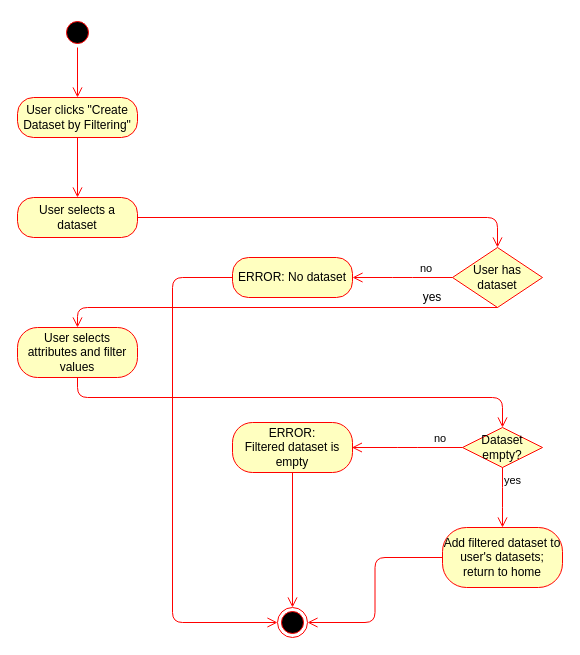
Earlier version of the draw.io diagram usecase/filterdata/filterData.drawio (soshalyze/socialyze_doc). Source tidied: cells renumbered, new cells numbered last; positions are measured from the earlier drawing's top-left corner, leaving out a move shared by most shapes. Both pictures are drawn from the tidied source at 100%, with x=0, y=0 at pixel (17, 17).
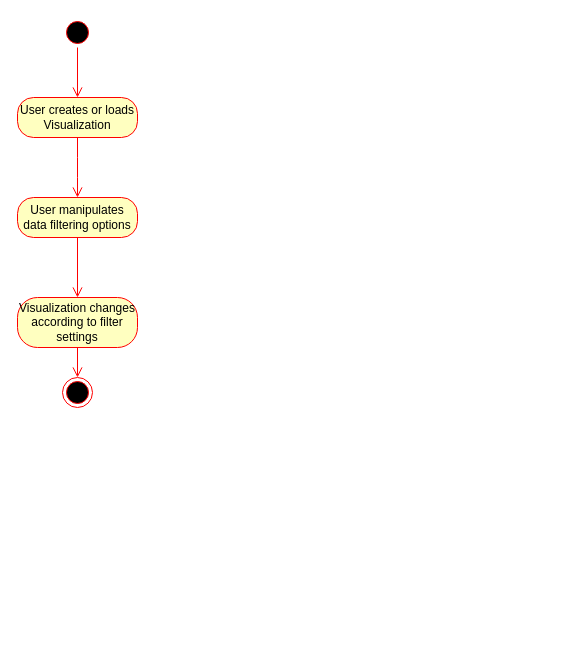
After the change.

Diff of the diagram source:
```diff
@@
-    <mxCell id="4" value="User clicks &quot;Create Dataset by Filtering&quot;" style="rounded=1;whiteSpace=wrap;html=1;arcSize=40;fontColor=#000000;fillColor=#ffffc0;strokeColor=#ff0000;" parent="1" vertex="1">
+    <mxCell id="4" value="User creates or loads Visualization" style="rounded=1;whiteSpace=wrap;html=1;arcSize=40;fontColor=#000000;fillColor=#ffffc0;strokeColor=#ff0000;" parent="1" vertex="1">
       <mxGeometry y="80" width="120" height="40" as="geometry" />
     </mxCell>
-    <mxCell id="5" style="edgeStyle=orthogonalEdgeStyle;html=1;verticalAlign=bottom;endArrow=open;endSize=8;strokeColor=#ff0000;entryX=0.5;entryY=0;entryDx=0;entryDy=0;" parent="1" edge="1" source="4" target="6">
-      <mxGeometry relative="1" as="geometry" />
-    </mxCell>
-    <mxCell id="6" value="User selects a dataset" style="rounded=1;whiteSpace=wrap;html=1;arcSize=40;fontColor=#000000;fillColor=#ffffc0;strokeColor=#ff0000;" parent="1" vertex="1">
-      <mxGeometry y="180" width="120" height="40" as="geometry" />
-    </mxCell>
-    <mxCell id="7" style="edgeStyle=orthogonalEdgeStyle;html=1;verticalAlign=bottom;endArrow=open;endSize=8;strokeColor=#ff0000;entryX=0.5;entryY=0;entryDx=0;entryDy=0;" parent="1" edge="1" source="6" target="8">
-      <mxGeometry relative="1" as="geometry" />
-    </mxCell>
-    <mxCell id="8" value="User has dataset" style="rhombus;whiteSpace=wrap;html=1;fillColor=#ffffc0;strokeColor=#ff0000;" parent="1" vertex="1">
-      <mxGeometry x="435" y="230" width="90" height="60" as="geometry" />
-    </mxCell>
-    <mxCell id="9" value="no" style="edgeStyle=orthogonalEdgeStyle;html=1;align=left;verticalAlign=bottom;endArrow=open;endSize=8;strokeColor=#ff0000;exitX=0;exitY=0.5;exitDx=0;exitDy=0;" parent="1" edge="1" source="8">
-      <mxGeometry x="-0.33" relative="1" as="geometry">
-        <mxPoint x="335" y="260" as="targetPoint" />
-        <Array as="points">
-          <mxPoint x="385" y="260" />
-          <mxPoint x="385" y="260" />
-        </Array>
-      </mxGeometry>
-    </mxCell>
-    <mxCell id="10" style="edgeStyle=orthogonalEdgeStyle;html=1;verticalAlign=bottom;endArrow=open;endSize=8;strokeColor=#ff0000;exitX=0.5;exitY=1;exitDx=0;exitDy=0;entryX=0.5;entryY=0;entryDx=0;entryDy=0;" parent="1" edge="1" source="8" target="11">
-      <mxGeometry relative="1" as="geometry">
-        <Array as="points">
-          <mxPoint x="60" y="290" />
-        </Array>
-      </mxGeometry>
-    </mxCell>
-    <mxCell id="11" value="User selects attributes and filter values" style="rounded=1;whiteSpace=wrap;html=1;arcSize=40;fontColor=#000000;fillColor=#ffffc0;strokeColor=#ff0000;" parent="1" vertex="1">
-      <mxGeometry y="310" width="120" height="50" as="geometry" />
-    </mxCell>
-    <mxCell id="12" style="edgeStyle=orthogonalEdgeStyle;html=1;verticalAlign=bottom;endArrow=open;endSize=8;strokeColor=#ff0000;entryX=0.5;entryY=0;entryDx=0;entryDy=0;" parent="1" edge="1" source="11" target="16">
-      <mxGeometry relative="1" as="geometry">
-        <Array as="points">
-          <mxPoint x="60" y="380" />
-          <mxPoint x="485" y="380" />
-        </Array>
-      </mxGeometry>
-    </mxCell>
-    <mxCell id="13" value="yes" style="text;html=1;strokeColor=none;fillColor=none;align=center;verticalAlign=middle;whiteSpace=wrap;rounded=0;" parent="1" vertex="1">
-      <mxGeometry x="395" y="270" width="40" height="20" as="geometry" />
-    </mxCell>
-    <mxCell id="14" value="ERROR: No dataset" style="rounded=1;whiteSpace=wrap;html=1;arcSize=40;fontColor=#000000;fillColor=#ffffc0;strokeColor=#ff0000;" parent="1" vertex="1">
-      <mxGeometry x="215" y="240" width="120" height="40" as="geometry" />
-    </mxCell>
-    <mxCell id="15" style="edgeStyle=orthogonalEdgeStyle;html=1;verticalAlign=bottom;endArrow=open;endSize=8;strokeColor=#ff0000;entryX=0;entryY=0.5;entryDx=0;entryDy=0;" parent="1" edge="1" source="14" target="21">
-      <mxGeometry relative="1" as="geometry">
-        <Array as="points">
-          <mxPoint x="155" y="260" />
-          <mxPoint x="155" y="605" />
-        </Array>
-      </mxGeometry>
-    </mxCell>
-    <mxCell id="16" value="Dataset empty?" style="rhombus;whiteSpace=wrap;html=1;fillColor=#ffffc0;strokeColor=#ff0000;" parent="1" vertex="1">
-      <mxGeometry x="445" y="410" width="80" height="40" as="geometry" />
-    </mxCell>
-    <mxCell id="17" value="no" style="edgeStyle=orthogonalEdgeStyle;html=1;align=left;verticalAlign=bottom;endArrow=open;endSize=8;strokeColor=#ff0000;" parent="1" edge="1" source="16">
-      <mxGeometry x="-0.46" relative="1" as="geometry">
-        <mxPoint x="334.4" y="430" as="targetPoint" />
-      </mxGeometry>
-    </mxCell>
-    <mxCell id="18" value="yes" style="edgeStyle=orthogonalEdgeStyle;html=1;align=left;verticalAlign=top;endArrow=open;endSize=8;strokeColor=#ff0000;" parent="1" edge="1" source="16">
-      <mxGeometry x="-1" relative="1" as="geometry">
-        <mxPoint x="485" y="510" as="targetPoint" />
-      </mxGeometry>
-    </mxCell>
-    <mxCell id="19" value="Add filtered dataset to user's datasets; return to home" style="rounded=1;whiteSpace=wrap;html=1;arcSize=40;fontColor=#000000;fillColor=#ffffc0;strokeColor=#ff0000;" parent="1" vertex="1">
-      <mxGeometry x="425" y="510" width="120" height="60" as="geometry" />
-    </mxCell>
-    <mxCell id="20" style="edgeStyle=orthogonalEdgeStyle;html=1;verticalAlign=bottom;endArrow=open;endSize=8;strokeColor=#ff0000;entryX=1;entryY=0.5;entryDx=0;entryDy=0;" parent="1" edge="1" source="19" target="21">
-      <mxGeometry relative="1" as="geometry" />
-    </mxCell>
     <mxCell id="21" style="ellipse;html=1;shape=endState;fillColor=#000000;strokeColor=#ff0000;" parent="1" vertex="1">
-      <mxGeometry x="260" y="590" width="30" height="30" as="geometry" />
+      <mxGeometry x="45" y="360" width="30" height="30" as="geometry" />
     </mxCell>
-    <mxCell id="22" style="edgeStyle=orthogonalEdgeStyle;html=1;verticalAlign=bottom;endArrow=open;endSize=8;strokeColor=#ff0000;entryX=0.5;entryY=0;entryDx=0;entryDy=0;exitX=0.5;exitY=1;exitDx=0;exitDy=0;" parent="1" edge="1" source="23" target="21">
-      <mxGeometry relative="1" as="geometry">
-        <Array as="points">
-          <mxPoint x="275" y="430" />
-          <mxPoint x="275" y="430" />
-        </Array>
-      </mxGeometry>
-    </mxCell>
-    <mxCell id="23" value="ERROR:&lt;br&gt;Filtered dataset is empty" style="rounded=1;whiteSpace=wrap;html=1;arcSize=40;fontColor=#000000;fillColor=#ffffc0;strokeColor=#ff0000;" parent="1" vertex="1">
-      <mxGeometry x="215" y="405" width="120" height="50" as="geometry" />
-    </mxCell>
+    <mxCell id="24" style="edgeStyle=orthogonalEdgeStyle;html=1;verticalAlign=bottom;endArrow=open;endSize=8;strokeColor=#ff0000;exitX=0.5;exitY=1;exitDx=0;exitDy=0;" parent="1" edge="1" source="4">
+      <mxGeometry relative="1" as="geometry">
+        <mxPoint x="60" y="180" as="targetPoint" />
+      </mxGeometry>
+    </mxCell>
+    <mxCell id="25" value="User manipulates data filtering options" style="rounded=1;whiteSpace=wrap;html=1;arcSize=40;fontColor=#000000;fillColor=#ffffc0;strokeColor=#ff0000;" parent="1" vertex="1">
+      <mxGeometry y="180" width="120" height="40" as="geometry" />
+    </mxCell>
+    <mxCell id="26" value="Visualization changes according to filter settings" style="rounded=1;whiteSpace=wrap;html=1;arcSize=40;fontColor=#000000;fillColor=#ffffc0;strokeColor=#ff0000;" parent="1" vertex="1">
+      <mxGeometry y="280" width="120" height="50" as="geometry" />
+    </mxCell>
+    <mxCell id="27" style="edgeStyle=orthogonalEdgeStyle;html=1;verticalAlign=bottom;endArrow=open;endSize=8;strokeColor=#ff0000;exitX=0.5;exitY=1;exitDx=0;exitDy=0;entryX=0.5;entryY=0;entryDx=0;entryDy=0;" parent="1" edge="1" source="25" target="26">
+      <mxGeometry relative="1" as="geometry" />
+    </mxCell>
+    <mxCell id="28" style="edgeStyle=orthogonalEdgeStyle;html=1;verticalAlign=bottom;endArrow=open;endSize=8;strokeColor=#ff0000;exitX=0.5;exitY=1;exitDx=0;exitDy=0;entryX=0.5;entryY=0;entryDx=0;entryDy=0;" parent="1" edge="1" source="26" target="21">
+      <mxGeometry relative="1" as="geometry" />
+    </mxCell>
```
